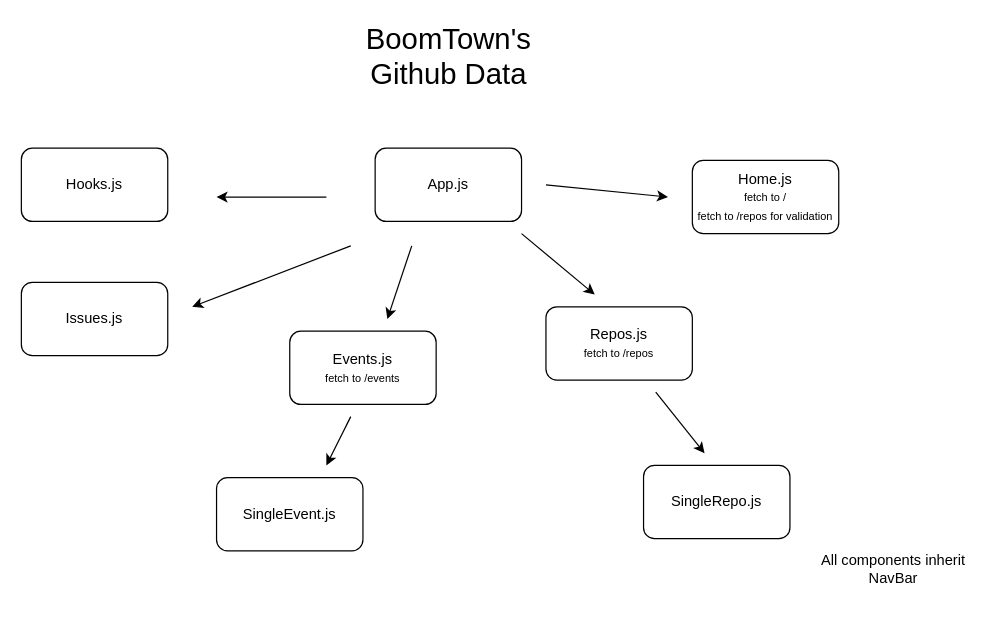
This is src/components.drawio from codecathonors/BTCC, a draw.io file, before an edit. Source tidied: cells renumbered, new cells numbered last; positions are measured from the earlier drawing's top-left corner, leaving out a move shared by most shapes. Both pictures are drawn from the tidied source at 122%, with x=0, y=0 at pixel (21, 26).
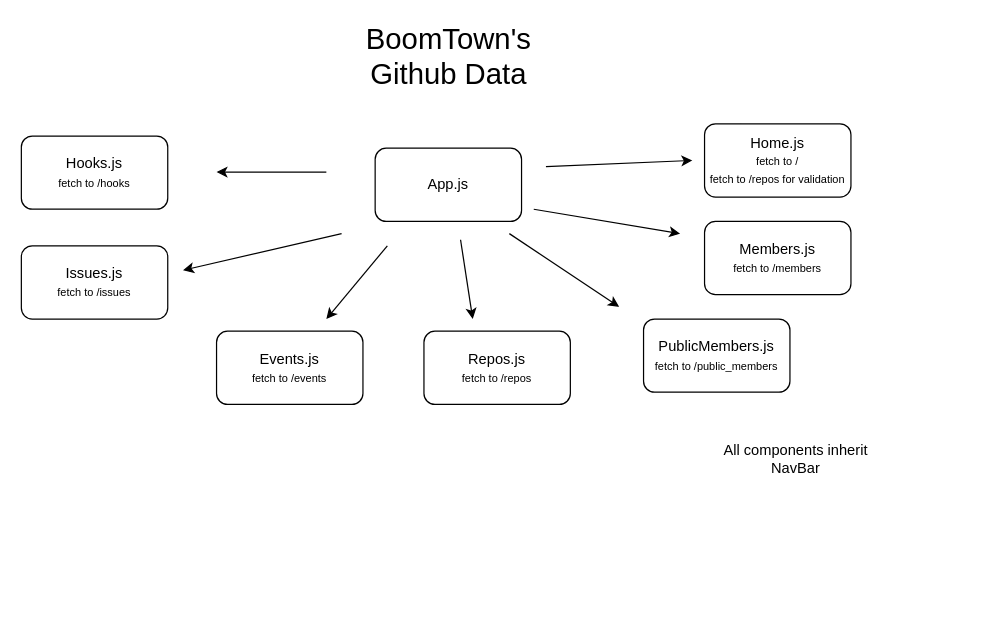
After the change.

Diff of the diagram source:
```diff
@@
     <mxCell id="3" value="Events.js&lt;br&gt;&lt;font style=&quot;font-size: 9px&quot;&gt;fetch to /events&lt;/font&gt;" style="rounded=1;whiteSpace=wrap;html=1;" parent="1" vertex="1">
-      <mxGeometry x="220" y="250" width="120" height="60" as="geometry" />
+      <mxGeometry x="160" y="250" width="120" height="60" as="geometry" />
     </mxCell>
     <mxCell id="4" value="Repos.js&lt;br&gt;&lt;font style=&quot;font-size: 9px&quot;&gt;fetch to /repos&lt;/font&gt;" style="rounded=1;whiteSpace=wrap;html=1;" parent="1" vertex="1">
-      <mxGeometry x="430" y="230" width="120" height="60" as="geometry" />
+      <mxGeometry x="330" y="250" width="120" height="60" as="geometry" />
     </mxCell>
-    <mxCell id="5" value="SingleRepo.js" style="rounded=1;whiteSpace=wrap;html=1;" parent="1" vertex="1">
-      <mxGeometry x="510" y="360" width="120" height="60" as="geometry" />
-    </mxCell>
-    <mxCell id="6" value="SingleEvent.js" style="rounded=1;whiteSpace=wrap;html=1;" parent="1" vertex="1">
-      <mxGeometry x="160" y="370" width="120" height="60" as="geometry" />
-    </mxCell>
-    <mxCell id="7" value="Hooks.js" style="rounded=1;whiteSpace=wrap;html=1;" parent="1" vertex="1">
-      <mxGeometry y="100" width="120" height="60" as="geometry" />
+    <mxCell id="7" value="Hooks.js&lt;br&gt;&lt;font style=&quot;font-size: 9px&quot;&gt;fetch to /hooks&lt;/font&gt;" style="rounded=1;whiteSpace=wrap;html=1;" parent="1" vertex="1">
+      <mxGeometry y="90" width="120" height="60" as="geometry" />
     </mxCell>
-    <mxCell id="8" value="Issues.js" style="rounded=1;whiteSpace=wrap;html=1;" parent="1" vertex="1">
-      <mxGeometry y="210" width="120" height="60" as="geometry" />
+    <mxCell id="8" value="Issues.js&lt;br&gt;&lt;font style=&quot;font-size: 9px&quot;&gt;fetch to /issues&lt;/font&gt;" style="rounded=1;whiteSpace=wrap;html=1;" parent="1" vertex="1">
+      <mxGeometry y="180" width="120" height="60" as="geometry" />
     </mxCell>
@@
     <mxCell id="10" value="Home.js&lt;br&gt;&lt;font style=&quot;font-size: 9px&quot;&gt;fetch to /&lt;br&gt;fetch to /repos for validation&lt;/font&gt;" style="rounded=1;whiteSpace=wrap;html=1;" parent="1" vertex="1">
-      <mxGeometry x="550" y="110" width="120" height="60" as="geometry" />
+      <mxGeometry x="560" y="80" width="120" height="60" as="geometry" />
     </mxCell>
     <mxCell id="11" style="endArrow=classic;html=1;" parent="1" edge="1">
       <mxGeometry relative="1" as="geometry">
-        <mxPoint x="250" y="140" as="sourcePoint" />
-        <mxPoint x="160" y="140" as="targetPoint" />
+        <mxPoint x="250" y="119.5" as="sourcePoint" />
+        <mxPoint x="160" y="119.5" as="targetPoint" />
       </mxGeometry>
     </mxCell>
     <mxCell id="12" style="endArrow=classic;html=1;" parent="1" edge="1">
       <mxGeometry relative="1" as="geometry">
-        <mxPoint x="270" y="180" as="sourcePoint" />
-        <mxPoint x="140" y="230" as="targetPoint" />
+        <mxPoint x="262.5" y="170" as="sourcePoint" />
+        <mxPoint x="132.5" y="200" as="targetPoint" />
       </mxGeometry>
     </mxCell>
     <mxCell id="13" style="endArrow=classic;html=1;" parent="1" edge="1">
       <mxGeometry relative="1" as="geometry">
-        <mxPoint x="320" y="180" as="sourcePoint" />
-        <mxPoint x="300" y="240" as="targetPoint" />
+        <mxPoint x="300" y="180" as="sourcePoint" />
+        <mxPoint x="250" y="240" as="targetPoint" />
       </mxGeometry>
     </mxCell>
-    <mxCell id="14" style="endArrow=classic;html=1;" parent="1" edge="1">
-      <mxGeometry relative="1" as="geometry">
-        <mxPoint x="270" y="320" as="sourcePoint" />
-        <mxPoint x="250" y="360" as="targetPoint" />
-      </mxGeometry>
-    </mxCell>
     <mxCell id="15" style="endArrow=classic;html=1;" parent="1" edge="1">
       <mxGeometry relative="1" as="geometry">
-        <mxPoint x="410" y="170" as="sourcePoint" />
-        <mxPoint x="470" y="220" as="targetPoint" />
+        <mxPoint x="360" y="175" as="sourcePoint" />
+        <mxPoint x="370" y="240" as="targetPoint" />
       </mxGeometry>
     </mxCell>
-    <mxCell id="16" style="endArrow=classic;html=1;" parent="1" edge="1">
-      <mxGeometry relative="1" as="geometry">
-        <mxPoint x="520" y="300" as="sourcePoint" />
-        <mxPoint x="560" y="350" as="targetPoint" />
-      </mxGeometry>
-    </mxCell>
     <mxCell id="17" style="endArrow=classic;html=1;" parent="1" edge="1">
       <mxGeometry relative="1" as="geometry">
-        <mxPoint x="430" y="130" as="sourcePoint" />
-        <mxPoint x="530" y="140" as="targetPoint" />
+        <mxPoint x="430" y="115" as="sourcePoint" />
+        <mxPoint x="550" y="110" as="targetPoint" />
       </mxGeometry>
     </mxCell>
     <mxCell id="18" value="All components inherit NavBar" style="text;html=1;strokeColor=none;fillColor=none;align=center;verticalAlign=middle;whiteSpace=wrap;rounded=0;" parent="1" vertex="1">
-      <mxGeometry x="650" y="400" width="130" height="90" as="geometry" />
+      <mxGeometry x="570" y="310" width="130" height="90" as="geometry" />
     </mxCell>
@@
+    <mxCell id="20" value="Members.js&lt;br&gt;&lt;font style=&quot;font-size: 9px&quot;&gt;fetch to /members&lt;/font&gt;" style="rounded=1;whiteSpace=wrap;html=1;" parent="1" vertex="1">
+      <mxGeometry x="560" y="160" width="120" height="60" as="geometry" />
+    </mxCell>
+    <mxCell id="21" style="endArrow=classic;html=1;" parent="1" edge="1">
+      <mxGeometry relative="1" as="geometry">
+        <mxPoint x="420" y="150" as="sourcePoint" />
+        <mxPoint x="540" y="170" as="targetPoint" />
+      </mxGeometry>
+    </mxCell>
+    <mxCell id="22" value="&lt;font&gt;PublicMembers.js&lt;br&gt;&lt;/font&gt;&lt;font style=&quot;font-size: 9px&quot;&gt;fetch to /public_members&lt;/font&gt;" style="rounded=1;whiteSpace=wrap;html=1;" parent="1" vertex="1">
+      <mxGeometry x="510" y="240" width="120" height="60" as="geometry" />
+    </mxCell>
+    <mxCell id="23" style="endArrow=classic;html=1;" parent="1" edge="1">
+      <mxGeometry relative="1" as="geometry">
+        <mxPoint x="400" y="170" as="sourcePoint" />
+        <mxPoint x="490" y="230" as="targetPoint" />
+      </mxGeometry>
+    </mxCell>
```
